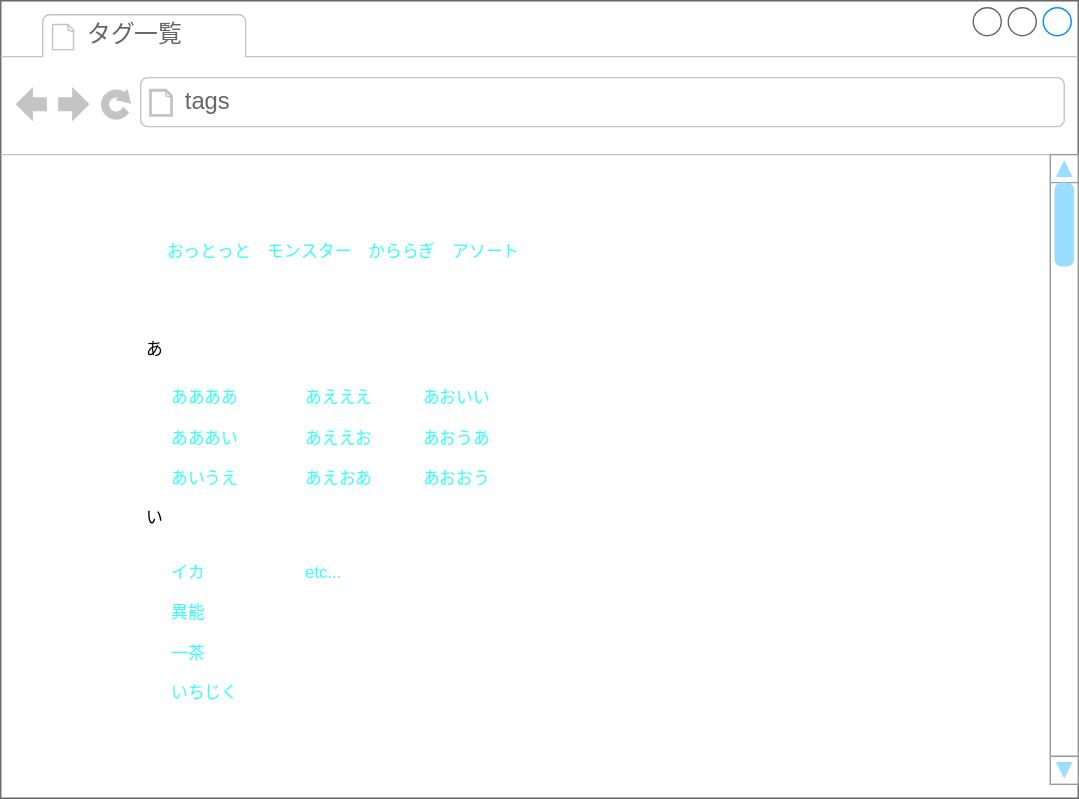
Above: doc/design/page/tags.drawio.svg in hachimitu22/MangaViewer (draw.io), before the change. Source tidied: cells renumbered, new cells last; positions are measured from the earlier drawing's top-left corner, leaving out a move shared by most shapes.
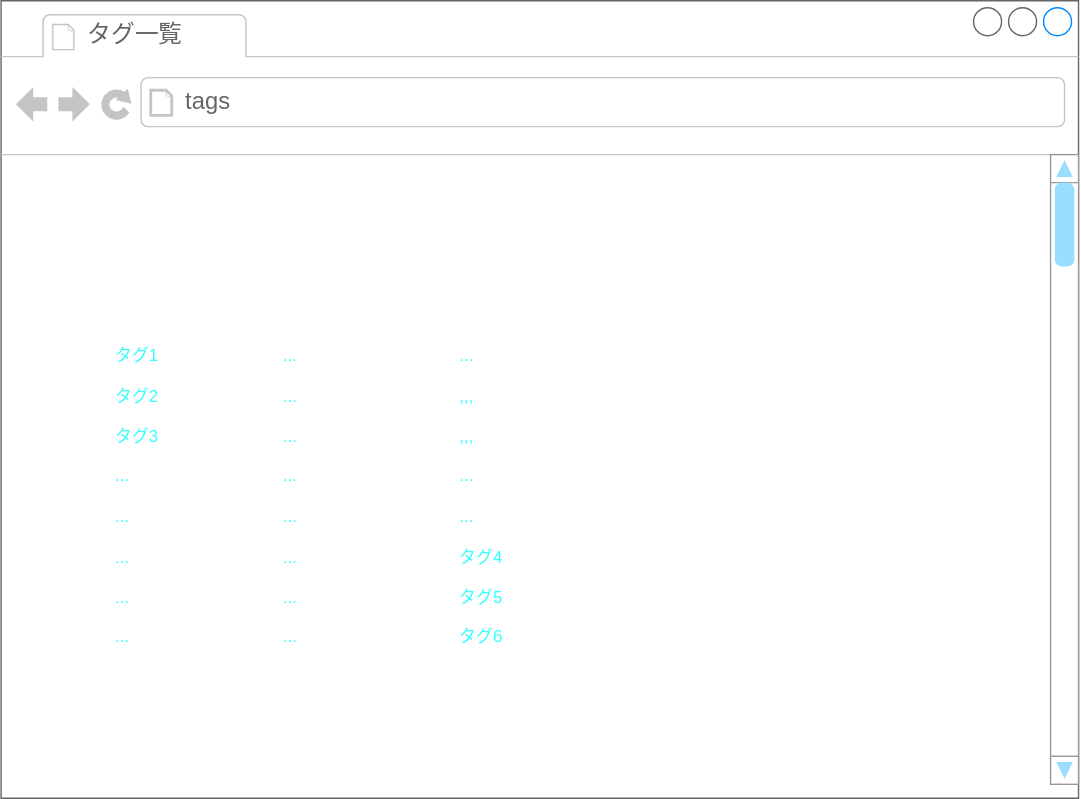
After the commit.

The edit, as a diff of the source:
```diff
@@ -14,23 +14,14 @@
     <mxCell id="5" style="verticalLabelPosition=bottom;shadow=0;dashed=0;align=center;html=1;verticalAlign=top;strokeWidth=1;shape=mxgraph.mockup.navigation.scrollBar;strokeColor=#999999;barPos=100;fillColor2=#99ddff;strokeColor2=none;direction=north;" parent="2" vertex="1">
       <mxGeometry x="750" y="110" width="20" height="450" as="geometry" />
     </mxCell>
-    <mxCell id="6" value="ああああ　　　　あえええ　　　あおいい&lt;br&gt;&lt;br&gt;あああい　　　　あええお　　　あおうあ&lt;br&gt;&lt;br&gt;あいうえ　　　　あえおあ　　　あおおう&lt;br&gt;" style="text;html=1;strokeColor=none;fillColor=none;align=left;verticalAlign=top;whiteSpace=wrap;rounded=0;fontColor=#33FFFF;" parent="2" vertex="1">
-      <mxGeometry x="120" y="270" width="250" height="90" as="geometry" />
+    <mxCell id="6" value="タグ1&lt;br&gt;&lt;br&gt;タグ2&lt;br&gt;&lt;br&gt;タグ3&lt;br&gt;&lt;br&gt;...&lt;br&gt;&lt;br&gt;...&lt;br&gt;&lt;br&gt;...&lt;br&gt;&lt;br&gt;...&lt;br&gt;&lt;br&gt;..." style="text;html=1;strokeColor=none;fillColor=none;align=left;verticalAlign=top;whiteSpace=wrap;rounded=0;fontColor=#33FFFF;" parent="2" vertex="1">
+      <mxGeometry x="80" y="240" width="110" height="240" as="geometry" />
     </mxCell>
-    <mxCell id="7" value="&lt;font&gt;最近調べたタグ&lt;/font&gt;" style="text;html=1;strokeColor=none;fillColor=none;align=left;verticalAlign=top;whiteSpace=wrap;rounded=0;fontColor=#FFFFFF;" parent="2" vertex="1">
-      <mxGeometry x="90" y="140" width="100" height="30" as="geometry" />
-    </mxCell>
-    <mxCell id="8" value="&lt;span style=&quot;color: rgb(51 , 255 , 255) ; text-align: left&quot;&gt;おっとっと　モンスター　かららぎ　アソート&lt;/span&gt;" style="text;html=1;strokeColor=none;fillColor=none;align=center;verticalAlign=middle;whiteSpace=wrap;rounded=0;fontColor=#FFFFFF;" parent="2" vertex="1">
-      <mxGeometry x="90" y="170" width="310" height="20" as="geometry" />
-    </mxCell>
-    <mxCell id="9" value="あ" style="text;html=1;strokeColor=none;fillColor=none;align=center;verticalAlign=middle;whiteSpace=wrap;rounded=0;" parent="2" vertex="1">
-      <mxGeometry x="90" y="240" width="40" height="20" as="geometry" />
-    </mxCell>
-    <mxCell id="10" value="い" style="text;html=1;strokeColor=none;fillColor=none;align=center;verticalAlign=middle;whiteSpace=wrap;rounded=0;" parent="2" vertex="1">
-      <mxGeometry x="90" y="360" width="40" height="20" as="geometry" />
-    </mxCell>
-    <mxCell id="11" value="イカ　　　　　　etc...&lt;br&gt;&lt;br&gt;異能&lt;br&gt;&lt;br&gt;一茶&lt;br&gt;&lt;br&gt;いちじく" style="text;html=1;strokeColor=none;fillColor=none;align=left;verticalAlign=top;whiteSpace=wrap;rounded=0;fontColor=#33FFFF;" parent="2" vertex="1">
-      <mxGeometry x="120" y="395" width="250" height="125" as="geometry" />
+    <mxCell id="11" value="...&lt;br&gt;&lt;br&gt;...&lt;br&gt;&lt;br&gt;...&lt;br&gt;&lt;br&gt;...&lt;br&gt;&lt;br&gt;...&lt;br&gt;&lt;br&gt;...&lt;br&gt;&lt;br&gt;...&lt;br&gt;&lt;br&gt;..." style="text;html=1;strokeColor=none;fillColor=none;align=left;verticalAlign=top;whiteSpace=wrap;rounded=0;fontColor=#33FFFF;" parent="2" vertex="1">
+      <mxGeometry x="200" y="240" width="110" height="240" as="geometry" />
     </mxCell>
+    <mxCell id="12" value="...&lt;br&gt;&lt;br&gt;,,,&lt;br&gt;&lt;br&gt;,,,&lt;br&gt;&lt;br&gt;...&lt;br&gt;&lt;br&gt;...&lt;br&gt;&lt;br&gt;タグ4&lt;br&gt;&lt;br&gt;タグ5&lt;br&gt;&lt;br&gt;タグ6" style="text;html=1;strokeColor=none;fillColor=none;align=left;verticalAlign=top;whiteSpace=wrap;rounded=0;fontColor=#33FFFF;" parent="2" vertex="1">
+      <mxGeometry x="326" y="240" width="110" height="240" as="geometry" />
+    </mxCell>
   </root>
 </mxGraphModel>
```
